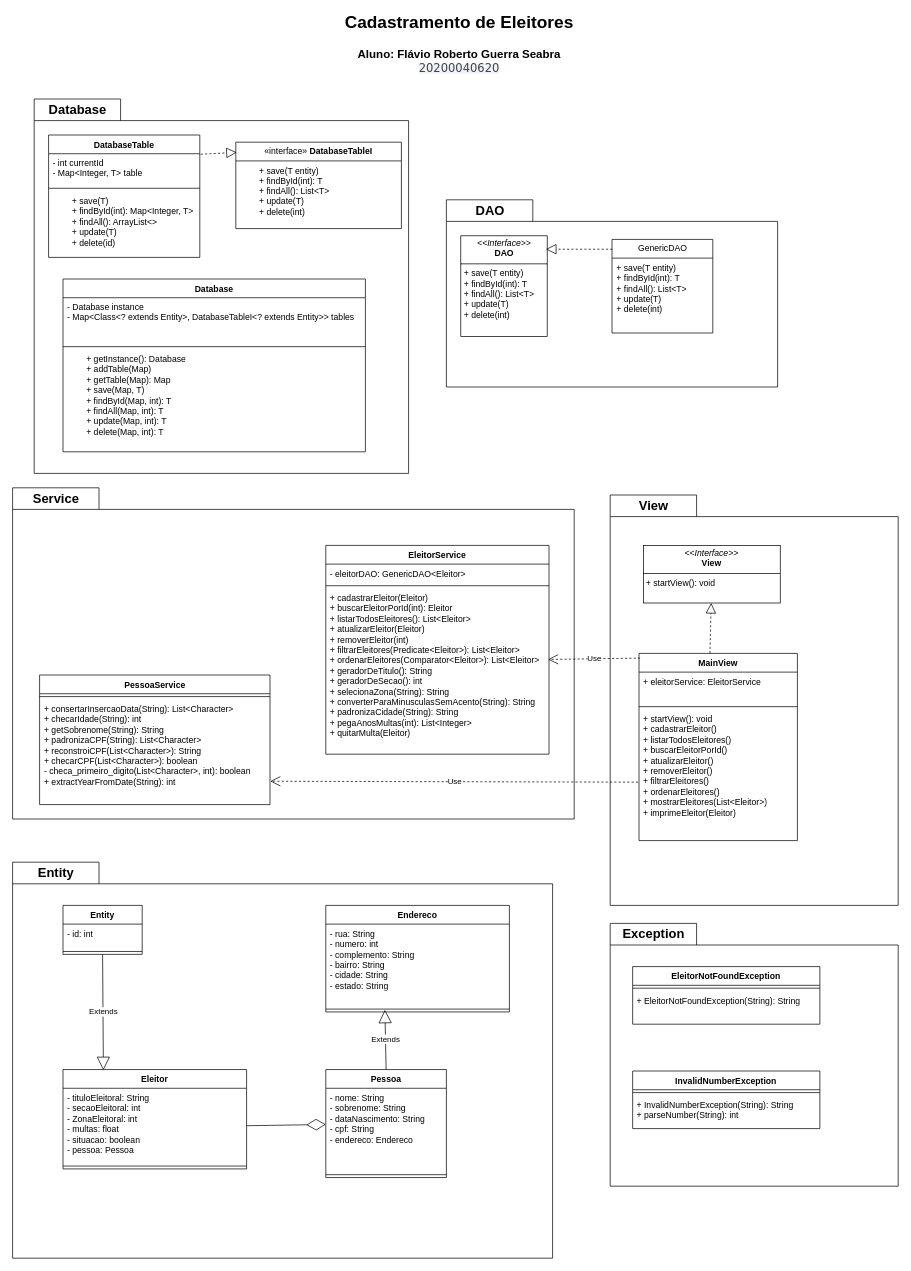
Earlier version of the draw.io diagram Diagrama sem nome.drawio (fseabra93/proj_final_LP2). Source tidied: cells renumbered, new cells numbered last; positions are measured from the earlier drawing's top-left corner, leaving out a move shared by most shapes. Both pictures are drawn from the tidied source at 72%, with x=0, y=0 at pixel (12, 34).
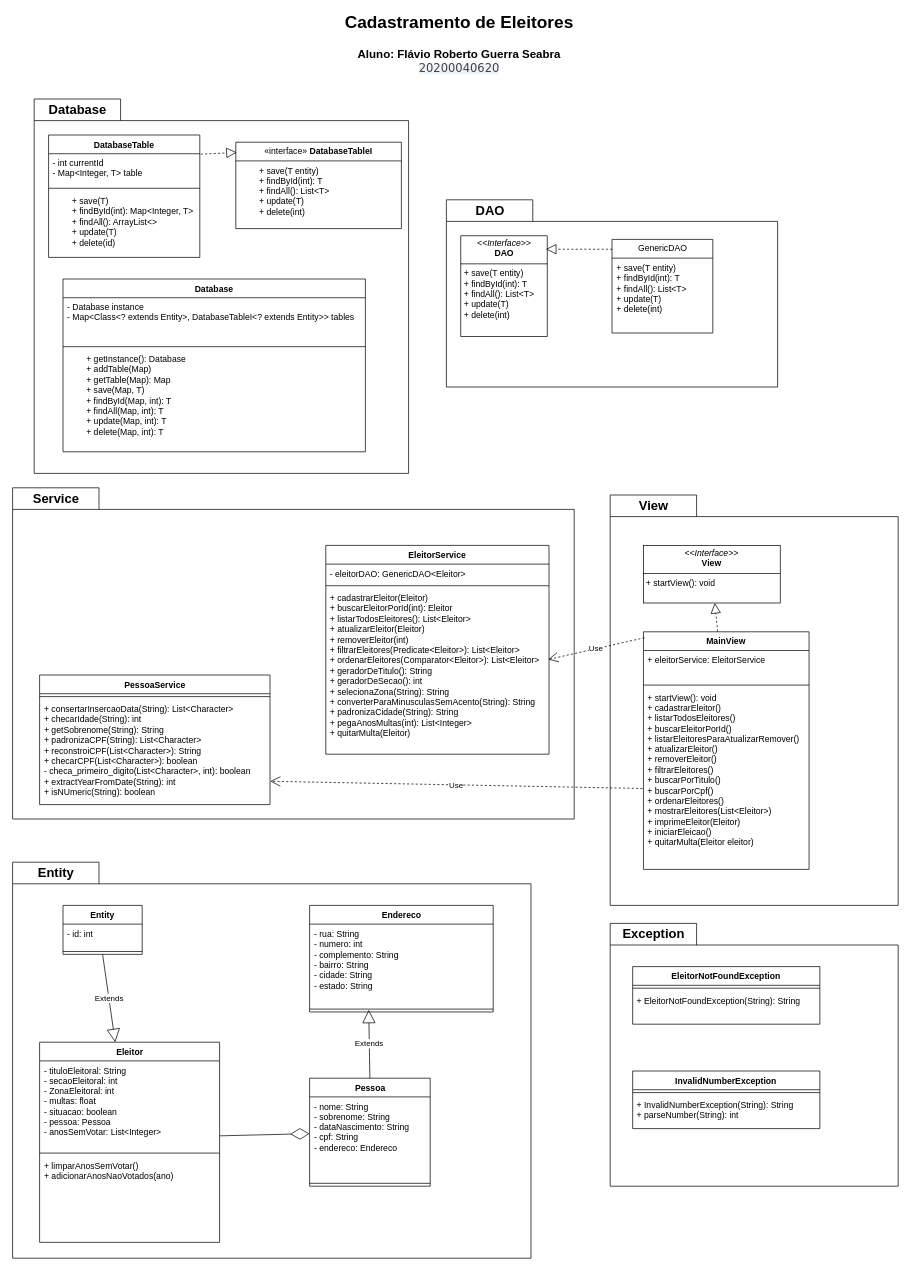
The same page after the edit.

Unchanged cells that the change refers to:
```xml
<mxCell id="4" value="Entity" style="swimlane;fontStyle=1;align=center;verticalAlign=top;horizontal=1;startSize=26;whiteSpace=wrap;html=1;" parent="1" vertex="1">
  <mxGeometry x="70" y="1210" width="110" height="68" as="geometry" />
</mxCell>
<mxCell id="50" value="PessoaService" style="swimlane;fontStyle=1;align=center;verticalAlign=top;horizontal=1;startSize=26;whiteSpace=wrap;html=1;" parent="1" vertex="1">
  <mxGeometry x="37.5" y="890" width="320" height="180" as="geometry" />
</mxCell>
```

Diff of the diagram source:
```diff
@@
     <mxCell id="2" style="shape=folder;fontStyle=1;spacingTop=10;tabWidth=120;tabHeight=30;tabPosition=left;html=1;whiteSpace=wrap;" parent="1" vertex="1">
-      <mxGeometry y="1150" width="750" height="550" as="geometry" />
+      <mxGeometry y="1150" width="720" height="550" as="geometry" />
     </mxCell>
@@
     <mxCell id="27" value="MainView" style="swimlane;fontStyle=1;align=center;verticalAlign=top;horizontal=1;startSize=26;whiteSpace=wrap;html=1;" parent="1" vertex="1">
-      <mxGeometry x="870" y="860" width="220" height="260" as="geometry" />
+      <mxGeometry x="876.2" y="830" width="230" height="330" as="geometry" />
     </mxCell>
     <mxCell id="28" value="+ eleitorService: EleitorService" style="text;strokeColor=none;fillColor=none;align=left;verticalAlign=top;spacingLeft=4;spacingRight=4;overflow=hidden;whiteSpace=wrap;html=1;" parent="27" vertex="1">
-      <mxGeometry y="26" width="220" height="44" as="geometry" />
+      <mxGeometry y="26" width="230" height="44" as="geometry" />
     </mxCell>
     <mxCell id="29" style="line;strokeWidth=1;fillColor=none;align=left;verticalAlign=middle;spacingTop=-1;spacingLeft=3;spacingRight=3;labelPosition=right;strokeColor=inherit;" parent="27" vertex="1">
-      <mxGeometry y="70" width="220" height="8" as="geometry" />
+      <mxGeometry y="70" width="230" height="8" as="geometry" />
     </mxCell>
-    <mxCell id="30" value="+ startView(): void&lt;div&gt;+ cadastrarEleitor()&lt;/div&gt;&lt;div&gt;+&amp;nbsp;listarTodosEleitores()&lt;/div&gt;&lt;div&gt;+&amp;nbsp;buscarEleitorPorId()&lt;/div&gt;&lt;div&gt;+&amp;nbsp;atualizarEleitor()&lt;/div&gt;&lt;div&gt;+&amp;nbsp;removerEleitor()&lt;/div&gt;&lt;div&gt;+&amp;nbsp;filtrarEleitores()&lt;/div&gt;&lt;div&gt;+&amp;nbsp;ordenarEleitores()&lt;/div&gt;&lt;div&gt;+&amp;nbsp;mostrarEleitores(List&amp;lt;Eleitor&amp;gt;)&lt;/div&gt;&lt;div&gt;+&amp;nbsp;imprimeEleitor(Eleitor)&lt;/div&gt;" style="text;strokeColor=none;fillColor=none;align=left;verticalAlign=top;spacingLeft=4;spacingRight=4;overflow=hidden;points=[[0,0.5],[1,0.5]];portConstraint=eastwest;whiteSpace=wrap;html=1;" parent="27" vertex="1">
-      <mxGeometry y="78" width="220" height="182" as="geometry" />
+    <mxCell id="30" value="+ startView(): void&lt;div&gt;+ cadastrarEleitor()&lt;/div&gt;&lt;div&gt;+&amp;nbsp;listarTodosEleitores()&lt;/div&gt;&lt;div&gt;+&amp;nbsp;buscarEleitorPorId()&lt;/div&gt;&lt;div&gt;+&amp;nbsp;listarEleitoresParaAtualizarRemover()&lt;/div&gt;&lt;div&gt;+&amp;nbsp;atualizarEleitor()&lt;/div&gt;&lt;div&gt;+&amp;nbsp;removerEleitor()&lt;/div&gt;&lt;div&gt;+&amp;nbsp;filtrarEleitores()&lt;/div&gt;&lt;div&gt;+&amp;nbsp;buscarPorTitulo()&lt;/div&gt;&lt;div&gt;+&amp;nbsp;buscarPorCpf()&lt;/div&gt;&lt;div&gt;+&amp;nbsp;ordenarEleitores()&lt;/div&gt;&lt;div&gt;+&amp;nbsp;mostrarEleitores(List&amp;lt;Eleitor&amp;gt;)&lt;/div&gt;&lt;div&gt;+&amp;nbsp;imprimeEleitor(Eleitor)&lt;/div&gt;&lt;div&gt;+&amp;nbsp;iniciarEleicao()&lt;/div&gt;&lt;div&gt;+&amp;nbsp;quitarMulta(Eleitor eleitor)&lt;/div&gt;" style="text;strokeColor=none;fillColor=none;align=left;verticalAlign=top;spacingLeft=4;spacingRight=4;overflow=hidden;points=[[0,0.5],[1,0.5]];portConstraint=eastwest;whiteSpace=wrap;html=1;" parent="27" vertex="1">
+      <mxGeometry y="78" width="230" height="252" as="geometry" />
     </mxCell>
@@
-    <mxCell id="33" value="Eleitor" style="swimlane;fontStyle=1;align=center;verticalAlign=top;horizontal=1;startSize=26;whiteSpace=wrap;html=1;" parent="1" vertex="1">
-      <mxGeometry x="70" y="1438" width="255" height="138" as="geometry" />
-    </mxCell>
-    <mxCell id="34" value="- tituloEleitoral: String&lt;div&gt;- secaoEleitoral: int&lt;div&gt;&lt;div&gt;- ZonaEleitoral: int&lt;br&gt;&lt;/div&gt;&lt;/div&gt;&lt;/div&gt;&lt;div&gt;- multas: float&lt;/div&gt;&lt;div&gt;- situacao: boolean&lt;/div&gt;&lt;div&gt;- pessoa: Pessoa&lt;/div&gt;&lt;div&gt;&lt;br&gt;&lt;/div&gt;" style="text;strokeColor=none;fillColor=none;align=left;verticalAlign=top;spacingLeft=4;spacingRight=4;overflow=hidden;points=[[0,0.5],[1,0.5]];portConstraint=eastwest;whiteSpace=wrap;html=1;" parent="33" vertex="1">
-      <mxGeometry y="26" width="255" height="104" as="geometry" />
-    </mxCell>
-    <mxCell id="35" style="line;strokeWidth=1;fillColor=none;align=left;verticalAlign=middle;spacingTop=-1;spacingLeft=3;spacingRight=3;labelPosition=right;strokeColor=inherit;" parent="33" vertex="1">
-      <mxGeometry y="130" width="255" height="8" as="geometry" />
-    </mxCell>
     <mxCell id="36" value="Pessoa" style="swimlane;fontStyle=1;align=center;verticalAlign=top;horizontal=1;startSize=26;whiteSpace=wrap;html=1;" parent="1" vertex="1">
-      <mxGeometry x="435" y="1438" width="167.5" height="150" as="geometry" />
+      <mxGeometry x="412.5" y="1450" width="167.5" height="150" as="geometry" />
     </mxCell>
@@
     <mxCell id="39" value="Endereco" style="swimlane;fontStyle=1;align=center;verticalAlign=top;horizontal=1;startSize=26;whiteSpace=wrap;html=1;" parent="1" vertex="1">
-      <mxGeometry x="435" y="1210" width="255" height="148" as="geometry" />
+      <mxGeometry x="412.5" y="1210" width="255" height="148" as="geometry" />
     </mxCell>
@@
-    <mxCell id="43" value="Extends" style="endArrow=block;endSize=16;endFill=0;html=1;rounded=0;exitX=0.5;exitY=1;exitDx=0;exitDy=0;entryX=0.22;entryY=0.006;entryDx=0;entryDy=0;entryPerimeter=0;" parent="1" edge="1" source="4" target="33">
+    <mxCell id="43" value="Extends" style="endArrow=block;endSize=16;endFill=0;html=1;rounded=0;exitX=0.5;exitY=1;exitDx=0;exitDy=0;" parent="1" edge="1" source="4" target="33">
       <mxGeometry relative="1" as="geometry" />
     </mxCell>
-    <mxCell id="44" style="endArrow=diamondThin;endFill=0;endSize=24;html=1;rounded=0;exitX=1;exitY=0.5;exitDx=0;exitDy=0;" parent="1" edge="1" source="34" target="36">
+    <mxCell id="44" style="endArrow=diamondThin;endFill=0;endSize=24;html=1;rounded=0;exitX=1.002;exitY=0.839;exitDx=0;exitDy=0;exitPerimeter=0;" parent="1" edge="1" source="67" target="36">
       <mxGeometry relative="1" as="geometry" />
     </mxCell>
@@
-    <mxCell id="52" value="+ consertarInsercaoData(String):&amp;nbsp;List&amp;lt;Character&amp;gt;&lt;div&gt;+&amp;nbsp;checarIdade(String): int&lt;/div&gt;&lt;div&gt;+&amp;nbsp;getSobrenome(String): String&lt;/div&gt;&lt;div&gt;&lt;span style=&quot;background-color: initial;&quot;&gt;+&amp;nbsp;&lt;/span&gt;&lt;span style=&quot;background-color: initial;&quot;&gt;padronizaCPF(String):&amp;nbsp;&lt;/span&gt;&lt;span style=&quot;background-color: initial;&quot;&gt;List&amp;lt;Character&amp;gt;&lt;/span&gt;&lt;/div&gt;&lt;div&gt;+&amp;nbsp;reconstroiCPF(List&amp;lt;Character&amp;gt;): String&lt;/div&gt;&lt;div&gt;+&amp;nbsp;&lt;span style=&quot;background-color: initial;&quot;&gt;checarCPF(List&amp;lt;Character&amp;gt;): boolean&lt;/span&gt;&lt;/div&gt;&lt;div&gt;&lt;span style=&quot;background-color: initial;&quot;&gt;-&amp;nbsp;&lt;/span&gt;&lt;span style=&quot;background-color: initial;&quot;&gt;checa_primeiro_digito(List&amp;lt;Character&amp;gt;, int): boolean&lt;/span&gt;&lt;/div&gt;&lt;div&gt;&lt;div&gt;+&amp;nbsp;extractYearFromDate(String): int&lt;/div&gt;&lt;/div&gt;" style="text;strokeColor=none;fillColor=none;align=left;verticalAlign=top;spacingLeft=4;spacingRight=4;overflow=hidden;points=[[0,0.5],[1,0.5]];portConstraint=eastwest;whiteSpace=wrap;html=1;" parent="50" vertex="1">
+    <mxCell id="52" value="+ consertarInsercaoData(String):&amp;nbsp;List&amp;lt;Character&amp;gt;&lt;div&gt;+&amp;nbsp;checarIdade(String): int&lt;/div&gt;&lt;div&gt;+&amp;nbsp;getSobrenome(String): String&lt;/div&gt;&lt;div&gt;&lt;span style=&quot;background-color: initial;&quot;&gt;+&amp;nbsp;&lt;/span&gt;&lt;span style=&quot;background-color: initial;&quot;&gt;padronizaCPF(String):&amp;nbsp;&lt;/span&gt;&lt;span style=&quot;background-color: initial;&quot;&gt;List&amp;lt;Character&amp;gt;&lt;/span&gt;&lt;/div&gt;&lt;div&gt;+&amp;nbsp;reconstroiCPF(List&amp;lt;Character&amp;gt;): String&lt;/div&gt;&lt;div&gt;+&amp;nbsp;&lt;span style=&quot;background-color: initial;&quot;&gt;checarCPF(List&amp;lt;Character&amp;gt;): boolean&lt;/span&gt;&lt;/div&gt;&lt;div&gt;&lt;span style=&quot;background-color: initial;&quot;&gt;-&amp;nbsp;&lt;/span&gt;&lt;span style=&quot;background-color: initial;&quot;&gt;checa_primeiro_digito(List&amp;lt;Character&amp;gt;, int): boolean&lt;/span&gt;&lt;/div&gt;&lt;div&gt;&lt;div&gt;+&amp;nbsp;extractYearFromDate(String): int&lt;/div&gt;&lt;/div&gt;&lt;div&gt;+ isNUmeric(String): boolean&lt;/div&gt;" style="text;strokeColor=none;fillColor=none;align=left;verticalAlign=top;spacingLeft=4;spacingRight=4;overflow=hidden;points=[[0,0.5],[1,0.5]];portConstraint=eastwest;whiteSpace=wrap;html=1;" parent="50" vertex="1">
       <mxGeometry y="34" width="320" height="146" as="geometry" />
     </mxCell>
@@
+    <mxCell id="33" value="Eleitor" style="swimlane;fontStyle=1;align=center;verticalAlign=top;horizontal=1;startSize=26;whiteSpace=wrap;html=1;" parent="1" vertex="1">
+      <mxGeometry x="37.5" y="1400" width="250" height="278" as="geometry" />
+    </mxCell>
+    <mxCell id="67" value="- tituloEleitoral: String&lt;div&gt;- secaoEleitoral: int&lt;div&gt;- ZonaEleitoral: int&lt;br&gt;&lt;/div&gt;&lt;/div&gt;&lt;div&gt;- multas: float&lt;/div&gt;&lt;div&gt;- situacao: boolean&lt;/div&gt;&lt;div&gt;- pessoa: Pessoa&lt;/div&gt;&lt;div&gt;-&amp;nbsp;anosSemVotar:&amp;nbsp;List&amp;lt;Integer&amp;gt;&lt;/div&gt;" style="text;strokeColor=none;fillColor=none;align=left;verticalAlign=top;spacingLeft=4;spacingRight=4;overflow=hidden;points=[[0,0.5],[1,0.5]];portConstraint=eastwest;whiteSpace=wrap;html=1;" parent="33" vertex="1">
+      <mxGeometry y="26" width="250" height="124" as="geometry" />
+    </mxCell>
+    <mxCell id="68" style="line;strokeWidth=1;fillColor=none;align=left;verticalAlign=middle;spacingTop=-1;spacingLeft=3;spacingRight=3;labelPosition=right;strokeColor=inherit;" parent="33" vertex="1">
+      <mxGeometry y="150" width="250" height="8" as="geometry" />
+    </mxCell>
+    <mxCell id="69" value="+&amp;nbsp;limparAnosSemVotar()&lt;div&gt;+&amp;nbsp;adicionarAnosNaoVotados(ano)&lt;/div&gt;" style="text;strokeColor=none;fillColor=none;align=left;verticalAlign=top;spacingLeft=4;spacingRight=4;overflow=hidden;whiteSpace=wrap;html=1;" parent="33" vertex="1">
+      <mxGeometry y="158" width="250" height="120" as="geometry" />
+    </mxCell>
```
